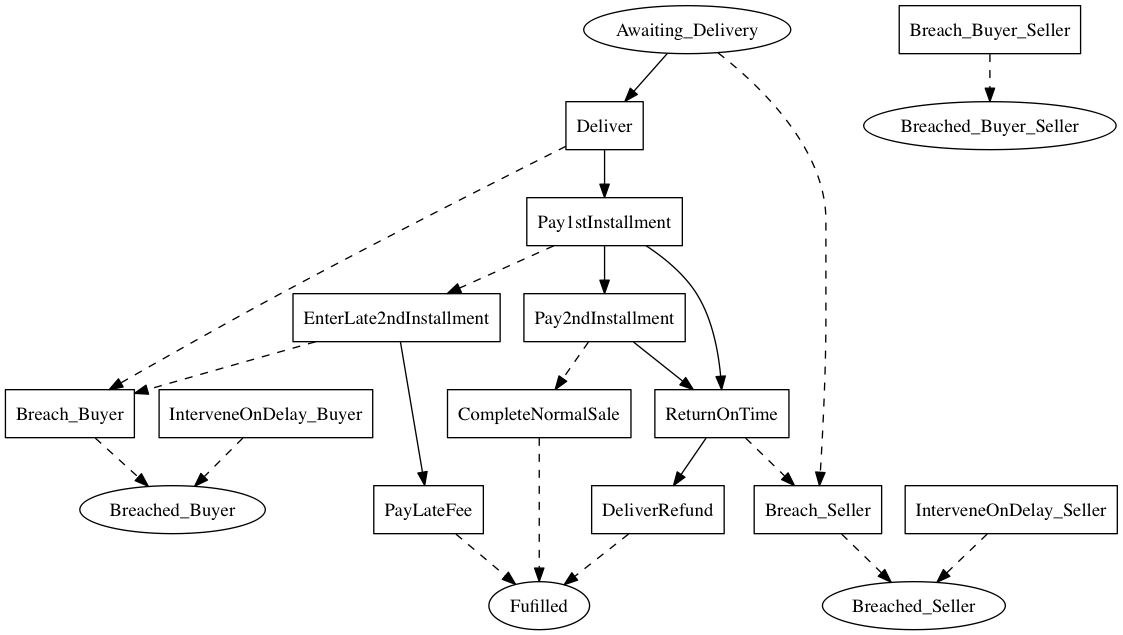
Before: linear_state_machine_language/pyL4/examples/out_graphviz/from_academic_lit/hvitved_printer.png, a diagram exported from Graphviz (Marcao02/complaw-deeptech). Its source is kept beside it as linear_state_machine_language/pyL4/examples/out_graphviz/from_academic_lit/hvitved_printer.dot.
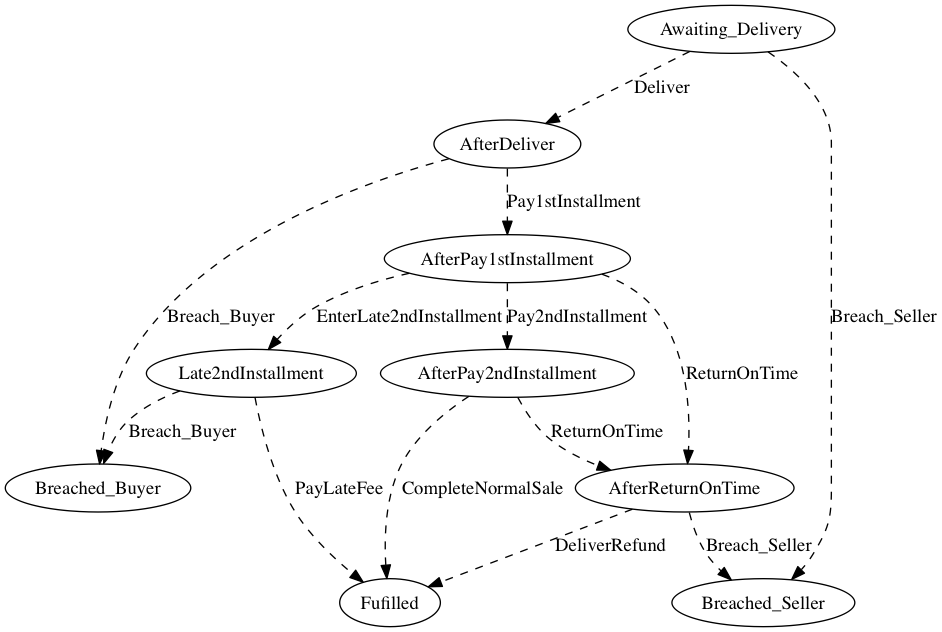
After the commit.

The edit, as a diff of the source:
```diff
@@ -1,50 +1,27 @@
 
 digraph Two_part_sale_Hvitved_Laser_Printer {
     Fulfilled[label=Fufilled];
-    Awaiting_Delivery[label=Awaiting_Delivery];
-	Breached_Seller[label=Breached_Seller];
-	Breached_Buyer[label=Breached_Buyer];
-	Breached_Buyer_Seller[label=Breached_Buyer_Seller]
-
-
-    Deliver[label=Deliver,shape=box];
-	Pay1stInstallment[label=Pay1stInstallment,shape=box];
-	EnterLate2ndInstallment[label=EnterLate2ndInstallment,shape=box];
-	Pay2ndInstallment[label=Pay2ndInstallment,shape=box];
-	ReturnOnTime[label=ReturnOnTime,shape=box];
-	PayLateFee[label=PayLateFee,shape=box];
-	CompleteNormalSale[label=CompleteNormalSale,shape=box];
-	DeliverRefund[label=DeliverRefund,shape=box];
-	Breach_Seller[label=Breach_Seller,shape=box];
-	Breach_Buyer[label=Breach_Buyer,shape=box];
-	Breach_Buyer_Seller[label=Breach_Buyer_Seller,shape=box];
-	InterveneOnDelay_Buyer[label=InterveneOnDelay_Buyer,shape=box];
-	InterveneOnDelay_Seller[label=InterveneOnDelay_Seller,shape=box]
+    Awaiting_Delivery[label=Awaiting_Delivery]
 
 
 
-    Awaiting_Delivery -> Deliver;
-	Awaiting_Delivery -> Breach_Seller [style=dashed];
-	Deliver -> Pay1stInstallment;
-	Deliver -> Breach_Buyer [style=dashed];
-	Pay1stInstallment -> Pay2ndInstallment;
-	Pay1stInstallment -> ReturnOnTime;
-	Pay1stInstallment -> EnterLate2ndInstallment [style=dashed];
-	EnterLate2ndInstallment -> PayLateFee;
-	EnterLate2ndInstallment -> Breach_Buyer [style=dashed];
-	Pay2ndInstallment -> ReturnOnTime;
-	Pay2ndInstallment -> CompleteNormalSale [style=dashed];
-	ReturnOnTime -> DeliverRefund;
-	ReturnOnTime -> Breach_Seller [style=dashed]
 
-    PayLateFee -> Fulfilled [style=dashed];
-	CompleteNormalSale -> Fulfilled [style=dashed];
-	DeliverRefund -> Fulfilled [style=dashed];
-	Breach_Seller -> Breached_Seller [style=dashed];
-	Breach_Buyer -> Breached_Buyer [style=dashed];
-	Breach_Buyer_Seller -> Breached_Buyer_Seller [style=dashed];
-	InterveneOnDelay_Buyer -> Breached_Buyer [style=dashed];
-	InterveneOnDelay_Seller -> Breached_Seller [style=dashed];
+
+
+
+    Awaiting_Delivery -> AfterDeliver [style=dashed,label=Deliver];
+	Awaiting_Delivery -> Breached_Seller [style=dashed,label=Breach_Seller];
+	AfterDeliver -> AfterPay1stInstallment [style=dashed,label=Pay1stInstallment];
+	AfterDeliver -> Breached_Buyer [style=dashed,label=Breach_Buyer];
+	AfterPay1stInstallment -> AfterPay2ndInstallment [style=dashed,label=Pay2ndInstallment];
+	AfterPay1stInstallment -> AfterReturnOnTime [style=dashed,label=ReturnOnTime];
+	AfterPay1stInstallment -> Late2ndInstallment [style=dashed,label=EnterLate2ndInstallment];
+	Late2ndInstallment -> Fulfilled [style=dashed,label=PayLateFee];
+	Late2ndInstallment -> Breached_Buyer [style=dashed,label=Breach_Buyer];
+	AfterPay2ndInstallment -> AfterReturnOnTime [style=dashed,label=ReturnOnTime];
+	AfterPay2ndInstallment -> Fulfilled [style=dashed,label=CompleteNormalSale];
+	AfterReturnOnTime -> Fulfilled [style=dashed,label=DeliverRefund];
+	AfterReturnOnTime -> Breached_Seller [style=dashed,label=Breach_Seller];
 
 
 
```
